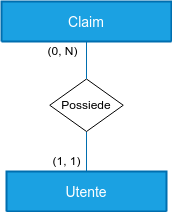
The draw.io diagram doc/utente_claim/utente_claim.png in EndriDomiUni/E-commerce, before a commit. Source tidied: cells renumbered, new cells last; positions are measured from the earlier drawing's top-left corner, leaving out a move shared by most shapes.
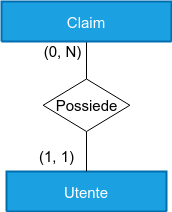
Later version of the same file.

Change to the diagram source:
```diff
@@ -2,25 +2,25 @@
   <root>
     <mxCell id="0" />
     <mxCell id="1" parent="0" />
-    <mxCell id="2" value="Utente" style="swimlane;horizontal=1;startSize=130;rounded=1;fontSize=14;fontStyle=0;strokeWidth=2;shadow=0;dashed=0;align=center;fillColor=#1ba1e2;fontColor=#ffffff;strokeColor=#006EAF;" parent="1" vertex="1">
+    <mxCell id="2" value="Utente" style="swimlane;horizontal=1;startSize=130;rounded=1;fontSize=15;fontStyle=0;strokeWidth=2;shadow=0;dashed=0;align=center;fillColor=#1ba1e2;fontColor=#ffffff;strokeColor=#006EAF;" parent="1" vertex="1">
       <mxGeometry x="5" y="170" width="160" height="40" as="geometry" />
     </mxCell>
-    <mxCell id="3" style="edgeStyle=none;html=1;exitX=0.5;exitY=1;exitDx=0;exitDy=0;entryX=0.5;entryY=0;entryDx=0;entryDy=0;endArrow=none;endFill=0;fillColor=#1ba1e2;strokeColor=#006EAF;" parent="1" edge="1" source="4" target="2">
+    <mxCell id="3" style="edgeStyle=none;html=1;exitX=0.5;exitY=1;exitDx=0;exitDy=0;entryX=0.5;entryY=0;entryDx=0;entryDy=0;endArrow=none;endFill=0;fontSize=15;" parent="1" edge="1" source="4" target="2">
       <mxGeometry relative="1" as="geometry" />
     </mxCell>
-    <mxCell id="4" value="Possiede" style="shape=rhombus;perimeter=rhombusPerimeter;whiteSpace=wrap;html=1;align=center;" parent="1" vertex="1">
-      <mxGeometry x="48.2" y="77.5" width="73.5" height="52.5" as="geometry" />
+    <mxCell id="4" value="Possiede" style="shape=rhombus;perimeter=rhombusPerimeter;whiteSpace=wrap;html=1;align=center;fontSize=15;" parent="1" vertex="1">
+      <mxGeometry x="41.6" y="77.5" width="86.8" height="52.5" as="geometry" />
     </mxCell>
-    <mxCell id="5" style="edgeStyle=none;html=1;exitX=0.5;exitY=0;exitDx=0;exitDy=0;entryX=0.5;entryY=1;entryDx=0;entryDy=0;endArrow=none;endFill=0;fillColor=#1ba1e2;strokeColor=#006EAF;" parent="1" edge="1" source="4" target="8">
+    <mxCell id="5" style="edgeStyle=none;html=1;exitX=0.5;exitY=0;exitDx=0;exitDy=0;entryX=0.5;entryY=1;entryDx=0;entryDy=0;endArrow=none;endFill=0;fontSize=15;" parent="1" edge="1" source="4" target="8">
       <mxGeometry relative="1" as="geometry" />
     </mxCell>
-    <mxCell id="6" value="(1, 1)" style="text;html=1;align=center;verticalAlign=middle;" parent="1" vertex="1">
-      <mxGeometry x="45" y="150" width="40" height="20" as="geometry" />
+    <mxCell id="6" value="(1, 1)" style="text;html=1;align=center;verticalAlign=middle;fontSize=15;" parent="1" vertex="1">
+      <mxGeometry x="25" y="140" width="60" height="30" as="geometry" />
     </mxCell>
-    <mxCell id="7" value="(0, N)" style="text;html=1;align=center;verticalAlign=middle;" parent="1" vertex="1">
-      <mxGeometry x="36" y="40" width="50" height="20" as="geometry" />
+    <mxCell id="7" value="(0, N)" style="text;html=1;align=center;verticalAlign=middle;fontSize=15;" parent="1" vertex="1">
+      <mxGeometry x="31" y="35" width="60" height="30" as="geometry" />
     </mxCell>
-    <mxCell id="8" value="Claim" style="swimlane;horizontal=1;startSize=80;rounded=1;fontSize=14;fontStyle=0;strokeWidth=2;shadow=0;dashed=0;align=center;fillColor=#1ba1e2;fontColor=#ffffff;strokeColor=#006EAF;" parent="1" vertex="1">
+    <mxCell id="8" value="Claim" style="swimlane;horizontal=1;startSize=80;rounded=1;fontSize=15;fontStyle=0;strokeWidth=2;shadow=0;dashed=0;align=center;fillColor=#1ba1e2;fontColor=#ffffff;strokeColor=#006EAF;" parent="1" vertex="1">
       <mxGeometry width="170" height="40" as="geometry" />
     </mxCell>
   </root>
```
